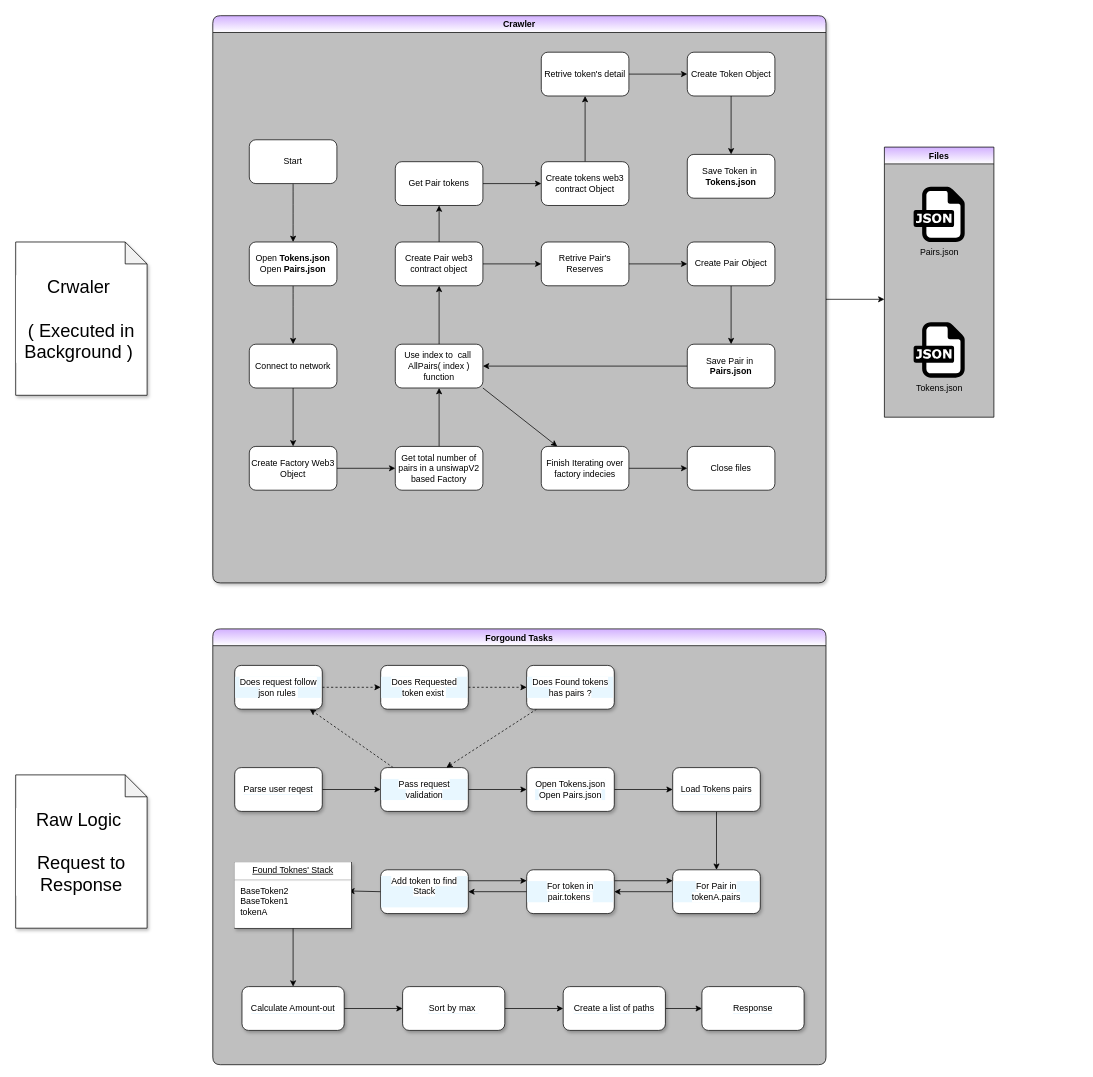
Above: page "Data Flow" (2 of 3) of docs/Services/Aggregator/Diagrams/Version2.drawio in NFEL/test-drawio-exporter-on-github (draw.io), before the change. Source tidied: cells renumbered, new cells numbered last; positions are measured from the earlier drawing's top-left corner, leaving out a move shared by most shapes. Both pictures are drawn from the tidied source at 73%, with x=0, y=0 at pixel (15, 15).
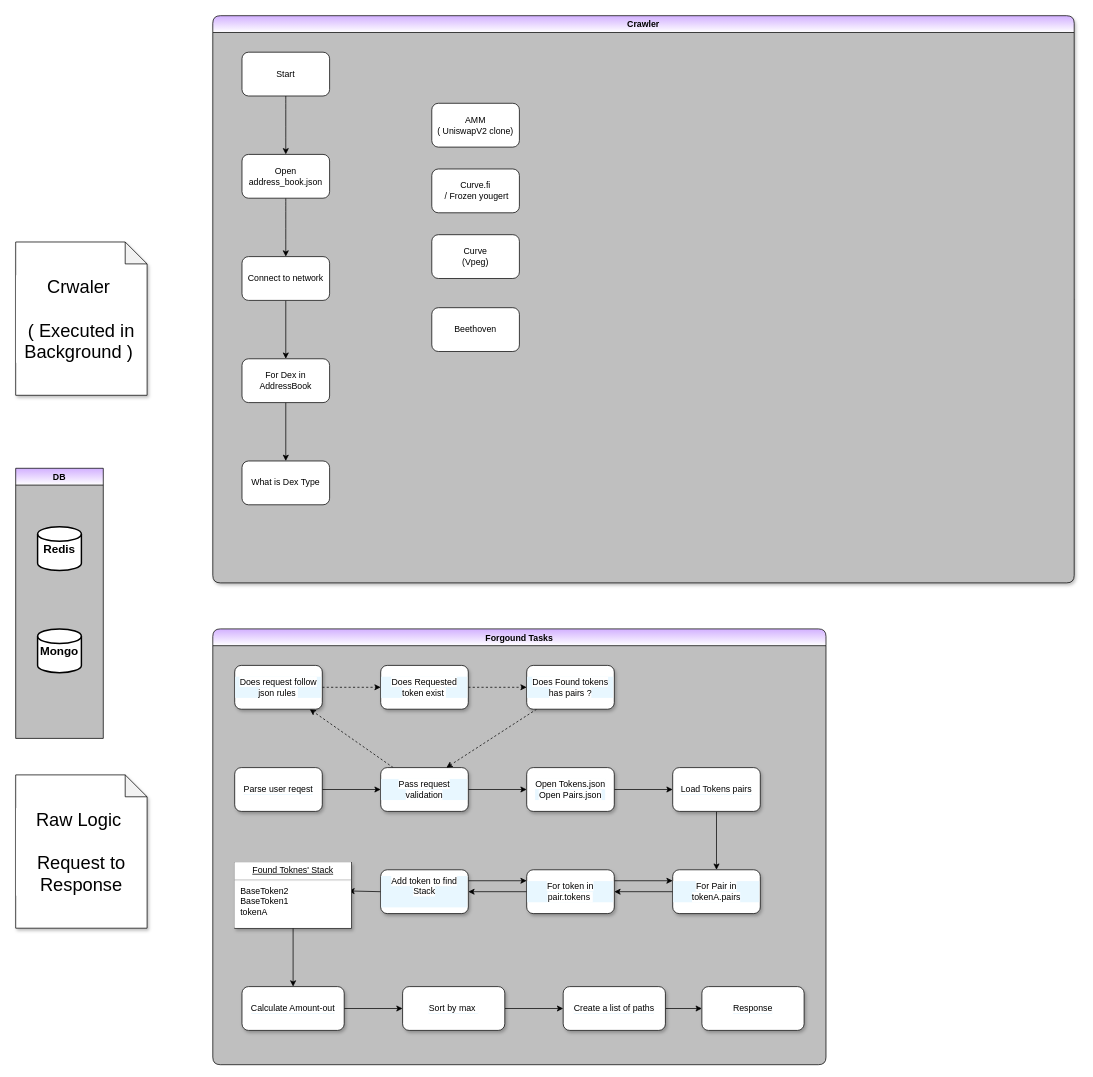
After the change.

Change to the diagram source:
```diff
@@
-    <mxCell id="3" value="Crawler" style="swimlane;rounded=1;fillColor=#D2B0FF;backgroundOutline=0;shadow=1;gradientColor=#ffffff;swimlaneFillColor=#BFBFBF;" parent="1" vertex="1">
-      <mxGeometry x="270" width="840" height="777" as="geometry" />
-    </mxCell>
-    <mxCell id="4" style="edgeStyle=none;curved=1;rounded=1;html=1;" parent="3" edge="1" source="5" target="7">
-      <mxGeometry relative="1" as="geometry" />
-    </mxCell>
-    <mxCell id="5" value="Start" style="rounded=1;whiteSpace=wrap;html=1;" parent="3" vertex="1">
-      <mxGeometry x="50" y="170" width="120" height="60" as="geometry" />
-    </mxCell>
-    <mxCell id="6" style="edgeStyle=none;curved=1;rounded=1;html=1;" parent="3" edge="1" source="7" target="9">
-      <mxGeometry relative="1" as="geometry" />
-    </mxCell>
-    <mxCell id="7" value="Open &lt;b&gt;Tokens.json&lt;/b&gt;&lt;br&gt;Open &lt;b&gt;Pairs.json&lt;/b&gt;" style="rounded=1;whiteSpace=wrap;html=1;" parent="3" vertex="1">
-      <mxGeometry x="50" y="310" width="120" height="60" as="geometry" />
-    </mxCell>
-    <mxCell id="8" style="edgeStyle=none;html=1;" parent="3" edge="1" source="9" target="11">
-      <mxGeometry relative="1" as="geometry" />
-    </mxCell>
-    <mxCell id="9" value="Connect to network" style="rounded=1;whiteSpace=wrap;html=1;" parent="3" vertex="1">
-      <mxGeometry x="50" y="450" width="120" height="60" as="geometry" />
-    </mxCell>
-    <mxCell id="10" style="edgeStyle=none;html=1;" parent="3" edge="1" source="11" target="14">
-      <mxGeometry relative="1" as="geometry" />
-    </mxCell>
-    <mxCell id="11" value="Create Factory Web3 Object" style="rounded=1;whiteSpace=wrap;html=1;" parent="3" vertex="1">
-      <mxGeometry x="50" y="590" width="120" height="60" as="geometry" />
-    </mxCell>
-    <mxCell id="12" style="edgeStyle=none;html=1;" parent="3" edge="1" source="14" target="16">
-      <mxGeometry relative="1" as="geometry" />
-    </mxCell>
-    <mxCell id="13" style="edgeStyle=none;html=1;exitX=1;exitY=1;exitDx=0;exitDy=0;" parent="3" edge="1" source="16" target="36">
-      <mxGeometry relative="1" as="geometry" />
-    </mxCell>
-    <mxCell id="14" value="Get total number of pairs in a unsiwapV2 based Factory" style="rounded=1;whiteSpace=wrap;html=1;" parent="3" vertex="1">
-      <mxGeometry x="250" y="590" width="120" height="60" as="geometry" />
-    </mxCell>
-    <mxCell id="15" style="edgeStyle=none;html=1;" parent="3" edge="1" source="16" target="19">
-      <mxGeometry relative="1" as="geometry" />
-    </mxCell>
-    <mxCell id="16" value="Use index to&amp;nbsp; call&amp;nbsp;&lt;br&gt;AllPairs( index ) function" style="rounded=1;whiteSpace=wrap;html=1;" parent="3" vertex="1">
-      <mxGeometry x="250" y="450" width="120" height="60" as="geometry" />
-    </mxCell>
-    <mxCell id="17" style="edgeStyle=none;html=1;" parent="3" edge="1" source="19" target="21">
-      <mxGeometry relative="1" as="geometry" />
-    </mxCell>
-    <mxCell id="18" style="edgeStyle=none;html=1;" parent="3" edge="1" source="19" target="23">
-      <mxGeometry relative="1" as="geometry" />
-    </mxCell>
-    <mxCell id="19" value="Create Pair web3 contract object" style="rounded=1;whiteSpace=wrap;html=1;" parent="3" vertex="1">
-      <mxGeometry x="250" y="310" width="120" height="60" as="geometry" />
-    </mxCell>
-    <mxCell id="20" style="edgeStyle=none;html=1;" parent="3" edge="1" source="21" target="31">
-      <mxGeometry relative="1" as="geometry" />
-    </mxCell>
-    <mxCell id="21" value="Retrive Pair's Reserves" style="rounded=1;whiteSpace=wrap;html=1;" parent="3" vertex="1">
-      <mxGeometry x="450" y="310" width="120" height="60" as="geometry" />
-    </mxCell>
-    <mxCell id="22" style="edgeStyle=none;html=1;" parent="3" edge="1" source="23" target="25">
-      <mxGeometry relative="1" as="geometry" />
-    </mxCell>
-    <mxCell id="23" value="Get Pair tokens" style="rounded=1;whiteSpace=wrap;html=1;" parent="3" vertex="1">
-      <mxGeometry x="250" y="200" width="120" height="60" as="geometry" />
-    </mxCell>
-    <mxCell id="24" style="edgeStyle=none;html=1;" parent="3" edge="1" source="25" target="27">
-      <mxGeometry relative="1" as="geometry" />
-    </mxCell>
-    <mxCell id="25" value="Create tokens web3 contract Object" style="rounded=1;whiteSpace=wrap;html=1;" parent="3" vertex="1">
-      <mxGeometry x="450" y="200" width="120" height="60" as="geometry" />
-    </mxCell>
-    <mxCell id="26" style="edgeStyle=none;html=1;" parent="3" edge="1" source="27" target="29">
-      <mxGeometry relative="1" as="geometry" />
-    </mxCell>
-    <mxCell id="27" value="Retrive token's detail" style="rounded=1;whiteSpace=wrap;html=1;" parent="3" vertex="1">
-      <mxGeometry x="450" y="50" width="120" height="60" as="geometry" />
-    </mxCell>
-    <mxCell id="28" style="edgeStyle=none;html=1;" parent="3" edge="1" source="29" target="32">
-      <mxGeometry relative="1" as="geometry" />
-    </mxCell>
-    <mxCell id="29" value="Create Token Object" style="rounded=1;whiteSpace=wrap;html=1;" parent="3" vertex="1">
-      <mxGeometry x="650" y="50" width="120" height="60" as="geometry" />
-    </mxCell>
-    <mxCell id="30" style="edgeStyle=none;html=1;" parent="3" edge="1" source="31" target="34">
-      <mxGeometry relative="1" as="geometry" />
-    </mxCell>
-    <mxCell id="31" value="Create Pair Object" style="rounded=1;whiteSpace=wrap;html=1;" parent="3" vertex="1">
-      <mxGeometry x="650" y="310" width="120" height="60" as="geometry" />
-    </mxCell>
-    <mxCell id="32" value="Save Token in&amp;nbsp;&lt;br&gt;&lt;b&gt;Tokens.json&lt;/b&gt;" style="rounded=1;whiteSpace=wrap;html=1;" parent="3" vertex="1">
-      <mxGeometry x="650" y="190" width="120" height="60" as="geometry" />
-    </mxCell>
-    <mxCell id="33" style="edgeStyle=none;html=1;entryX=1;entryY=0.5;entryDx=0;entryDy=0;" parent="3" edge="1" source="34" target="16">
-      <mxGeometry relative="1" as="geometry" />
-    </mxCell>
-    <mxCell id="34" value="Save Pair in&amp;nbsp;&lt;br&gt;&lt;b&gt;Pairs.json&lt;/b&gt;" style="rounded=1;whiteSpace=wrap;html=1;" parent="3" vertex="1">
-      <mxGeometry x="650" y="450" width="120" height="60" as="geometry" />
-    </mxCell>
-    <mxCell id="35" style="edgeStyle=none;html=1;" parent="3" edge="1" source="36" target="37">
-      <mxGeometry relative="1" as="geometry" />
-    </mxCell>
-    <mxCell id="36" value="Finish Iterating over factory indecies" style="rounded=1;whiteSpace=wrap;html=1;" parent="3" vertex="1">
-      <mxGeometry x="450" y="590" width="120" height="60" as="geometry" />
-    </mxCell>
-    <mxCell id="37" value="Close files" style="rounded=1;whiteSpace=wrap;html=1;" parent="3" vertex="1">
-      <mxGeometry x="650" y="590" width="120" height="60" as="geometry" />
-    </mxCell>
@@
-    <mxCell id="71" value="Files" style="swimlane;swimlaneFillColor=#BFBFBF;gradientColor=#ffffff;fillColor=#D2B0FF;" parent="1" vertex="1">
-      <mxGeometry x="1190" y="180" width="150" height="370" as="geometry" />
+    <mxCell id="71" value="DB" style="swimlane;swimlaneFillColor=#BFBFBF;gradientColor=#ffffff;fillColor=#D2B0FF;" parent="1" vertex="1">
+      <mxGeometry y="620" width="120" height="370" as="geometry" />
     </mxCell>
-    <mxCell id="72" value="Pairs.json" style="dashed=0;html=1;align=center;labelPosition=center;verticalLabelPosition=bottom;verticalAlign=top;shape=mxgraph.weblogos.json;" parent="71" vertex="1">
-      <mxGeometry x="40" y="54.2" width="70" height="75.8" as="geometry" />
-    </mxCell>
-    <mxCell id="73" value="Tokens.json" style="dashed=0;html=1;align=center;labelPosition=center;verticalLabelPosition=bottom;verticalAlign=top;shape=mxgraph.weblogos.json;" parent="71" vertex="1">
-      <mxGeometry x="40" y="240" width="70" height="75.8" as="geometry" />
-    </mxCell>
+    <mxCell id="76" value="&lt;b&gt;&lt;font style=&quot;font-size: 16px&quot;&gt;Redis&lt;/font&gt;&lt;/b&gt;" style="strokeWidth=2;html=1;shape=mxgraph.flowchart.database;whiteSpace=wrap;glass=0;comic=0;fontSize=12;fillColor=#FFFFFF;gradientColor=#ffffff;" parent="71" vertex="1">
+      <mxGeometry x="30" y="80" width="60" height="60" as="geometry" />
+    </mxCell>
+    <mxCell id="77" value="&lt;b&gt;&lt;font style=&quot;font-size: 16px&quot;&gt;Mongo&lt;/font&gt;&lt;/b&gt;" style="strokeWidth=2;html=1;shape=mxgraph.flowchart.database;whiteSpace=wrap;glass=0;comic=0;fontSize=12;fillColor=#FFFFFF;gradientColor=#ffffff;" parent="71" vertex="1">
+      <mxGeometry x="30" y="220" width="60" height="60" as="geometry" />
+    </mxCell>
@@
+    <mxCell id="3" value="Crawler" style="swimlane;rounded=1;fillColor=#D2B0FF;backgroundOutline=0;shadow=1;gradientColor=#ffffff;swimlaneFillColor=#BFBFBF;" parent="1" vertex="1">
+      <mxGeometry x="270" width="1180" height="777" as="geometry" />
+    </mxCell>
+    <mxCell id="4" style="edgeStyle=none;curved=1;rounded=1;html=1;" parent="3" edge="1" source="5" target="7">
+      <mxGeometry relative="1" as="geometry" />
+    </mxCell>
+    <mxCell id="5" value="Start" style="rounded=1;whiteSpace=wrap;html=1;" parent="3" vertex="1">
+      <mxGeometry x="40" y="50" width="120" height="60" as="geometry" />
+    </mxCell>
+    <mxCell id="6" style="edgeStyle=none;curved=1;rounded=1;html=1;" parent="3" edge="1" source="7" target="9">
+      <mxGeometry relative="1" as="geometry" />
+    </mxCell>
+    <mxCell id="7" value="Open address_book.json" style="rounded=1;whiteSpace=wrap;html=1;" parent="3" vertex="1">
+      <mxGeometry x="40" y="190" width="120" height="60" as="geometry" />
+    </mxCell>
+    <mxCell id="8" style="edgeStyle=none;html=1;" parent="3" edge="1" source="9" target="11">
+      <mxGeometry relative="1" as="geometry" />
+    </mxCell>
+    <mxCell id="9" value="Connect to network" style="rounded=1;whiteSpace=wrap;html=1;" parent="3" vertex="1">
+      <mxGeometry x="40" y="330" width="120" height="60" as="geometry" />
+    </mxCell>
+    <mxCell id="78" style="edgeStyle=none;html=1;fontSize=16;" parent="3" edge="1" source="11" target="79">
+      <mxGeometry relative="1" as="geometry" />
+    </mxCell>
+    <mxCell id="11" value="For Dex in AddressBook" style="rounded=1;whiteSpace=wrap;html=1;" parent="3" vertex="1">
+      <mxGeometry x="40" y="470" width="120" height="60" as="geometry" />
+    </mxCell>
+    <mxCell id="79" value="What is Dex Type" style="rounded=1;whiteSpace=wrap;html=1;" parent="3" vertex="1">
+      <mxGeometry x="40" y="610" width="120" height="60" as="geometry" />
+    </mxCell>
+    <mxCell id="80" value="AMM&lt;br&gt;( UniswapV2 clone)" style="rounded=1;whiteSpace=wrap;html=1;" parent="3" vertex="1">
+      <mxGeometry x="300" y="120" width="120" height="60" as="geometry" />
+    </mxCell>
+    <mxCell id="81" value="Curve.fi&lt;br&gt;&amp;nbsp;/ Frozen yougert" style="rounded=1;whiteSpace=wrap;html=1;" parent="3" vertex="1">
+      <mxGeometry x="300" y="210" width="120" height="60" as="geometry" />
+    </mxCell>
+    <mxCell id="82" value="Curve&lt;br&gt;(Vpeg)" style="rounded=1;whiteSpace=wrap;html=1;" parent="3" vertex="1">
+      <mxGeometry x="300" y="300" width="120" height="60" as="geometry" />
+    </mxCell>
+    <mxCell id="83" value="Beethoven" style="rounded=1;whiteSpace=wrap;html=1;" parent="3" vertex="1">
+      <mxGeometry x="300" y="400" width="120" height="60" as="geometry" />
+    </mxCell>
```
